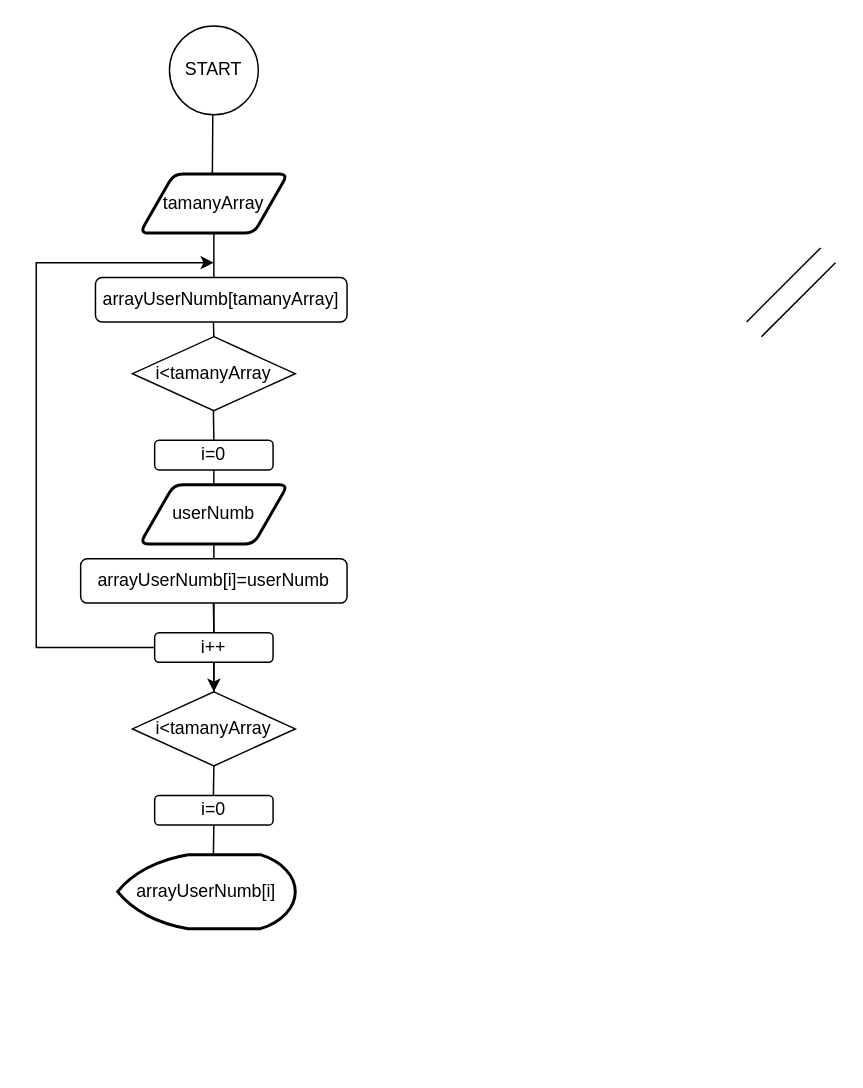
This is flowchar_sergio_vegas.drawio from SergioVegas/T2.-AC4.-Disseny-modular-i-optimitzaci-, a draw.io file, before an edit. Source tidied: cells renumbered, new cells numbered last; positions are measured from the earlier drawing's top-left corner, leaving out a move shared by most shapes. Both pictures are drawn from the tidied source at 148%, with x=0, y=0 at pixel (36, 25).
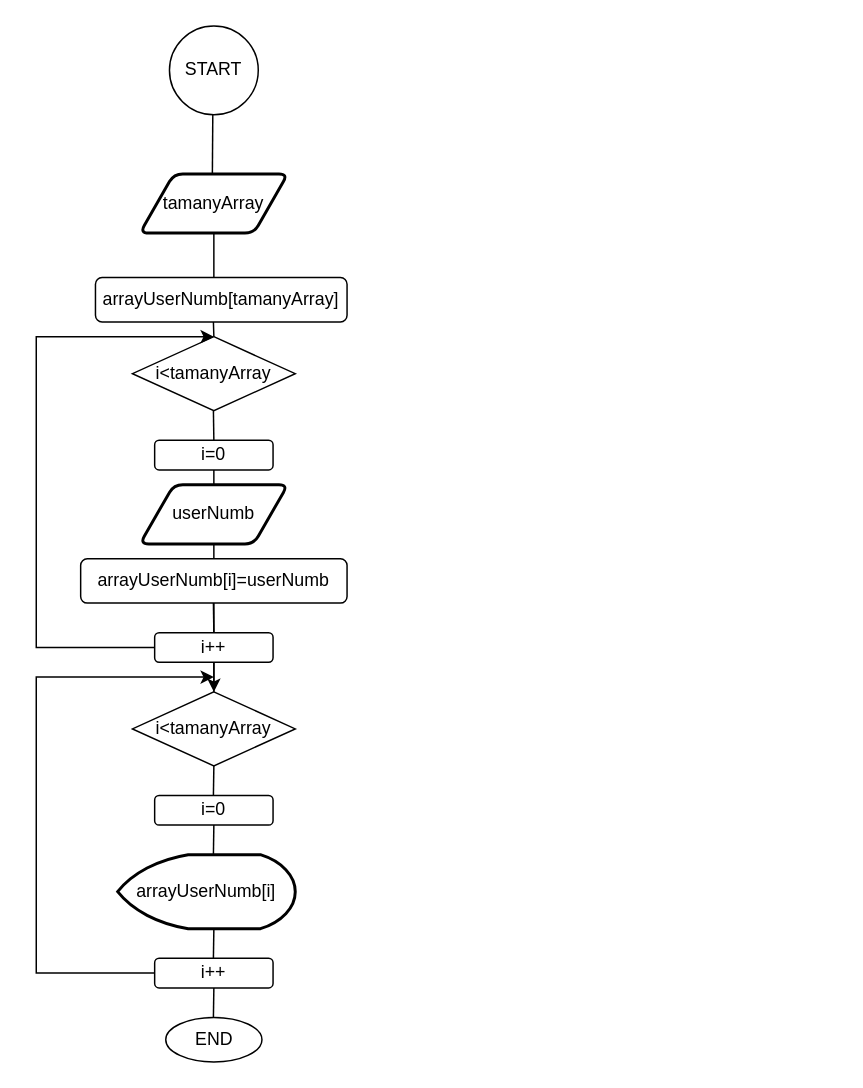
After the change.

Commit message:
Esquema acabat

Unchanged cells that the change refers to:
```xml
<mxCell id="17" value="i++" style="rounded=1;whiteSpace=wrap;html=1;" parent="1" vertex="1">
  <mxGeometry x="80" y="410" width="80" height="20" as="geometry" />
</mxCell>
<mxCell id="18" value="i&amp;lt;tamanyArray" style="rhombus;whiteSpace=wrap;html=1;" parent="1" vertex="1">
  <mxGeometry x="65" y="210" width="110" height="50" as="geometry" />
</mxCell>
```

The edit, as a diff of the source:
```diff
@@
-    <mxCell id="19" style="endArrow=classic;html=1;rounded=0;exitX=0;exitY=0.5;exitDx=0;exitDy=0;" parent="1" edge="1" source="17">
+    <mxCell id="19" style="endArrow=classic;html=1;rounded=0;exitX=0;exitY=0.5;exitDx=0;exitDy=0;entryX=0.5;entryY=0;entryDx=0;entryDy=0;" parent="1" edge="1" source="17" target="18">
       <mxGeometry relative="1" as="geometry">
-        <mxPoint x="120" y="160" as="targetPoint" />
         <Array as="points">
           <mxPoint y="420" />
           <mxPoint y="375" />
           <mxPoint y="280" />
-          <mxPoint y="160" />
+          <mxPoint y="210" />
         </Array>
       </mxGeometry>
     </mxCell>
-    <mxCell id="20" style="endArrow=none;html=1;rounded=0;" parent="1" edge="1">
-      <mxGeometry relative="1" as="geometry">
-        <mxPoint x="480" y="200" as="sourcePoint" />
-        <mxPoint x="530" y="150" as="targetPoint" />
-      </mxGeometry>
-    </mxCell>
-    <mxCell id="21" style="endArrow=none;html=1;rounded=0;" parent="1" edge="1">
-      <mxGeometry relative="1" as="geometry">
-        <mxPoint x="490" y="210" as="sourcePoint" />
-        <mxPoint x="540" y="160" as="targetPoint" />
-      </mxGeometry>
-    </mxCell>
@@
+    <mxCell id="27" value="i++" style="rounded=1;whiteSpace=wrap;html=1;" parent="1" vertex="1">
+      <mxGeometry x="80" y="630" width="80" height="20" as="geometry" />
+    </mxCell>
+    <mxCell id="28" style="endArrow=none;html=1;rounded=0;exitX=0.5;exitY=0;exitDx=0;exitDy=0;" parent="1" edge="1">
+      <mxGeometry relative="1" as="geometry">
+        <mxPoint x="119.7" y="630" as="sourcePoint" />
+        <mxPoint x="120" y="610" as="targetPoint" />
+      </mxGeometry>
+    </mxCell>
+    <mxCell id="29" style="endArrow=classic;html=1;rounded=0;exitX=0;exitY=0.5;exitDx=0;exitDy=0;" parent="1" edge="1" source="27">
+      <mxGeometry relative="1" as="geometry">
+        <mxPoint x="120" y="440" as="targetPoint" />
+        <Array as="points">
+          <mxPoint y="640" />
+          <mxPoint y="560" />
+          <mxPoint y="440" />
+        </Array>
+      </mxGeometry>
+    </mxCell>
+    <mxCell id="30" style="endArrow=none;html=1;rounded=0;exitX=0.5;exitY=0;exitDx=0;exitDy=0;" parent="1" edge="1">
+      <mxGeometry relative="1" as="geometry">
+        <mxPoint x="119.7" y="670" as="sourcePoint" />
+        <mxPoint x="120" y="650" as="targetPoint" />
+      </mxGeometry>
+    </mxCell>
+    <mxCell id="31" value="END" style="ellipse;whiteSpace=wrap;html=1;" parent="1" vertex="1">
+      <mxGeometry x="87.5" y="670" width="65" height="30" as="geometry" />
+    </mxCell>
```
